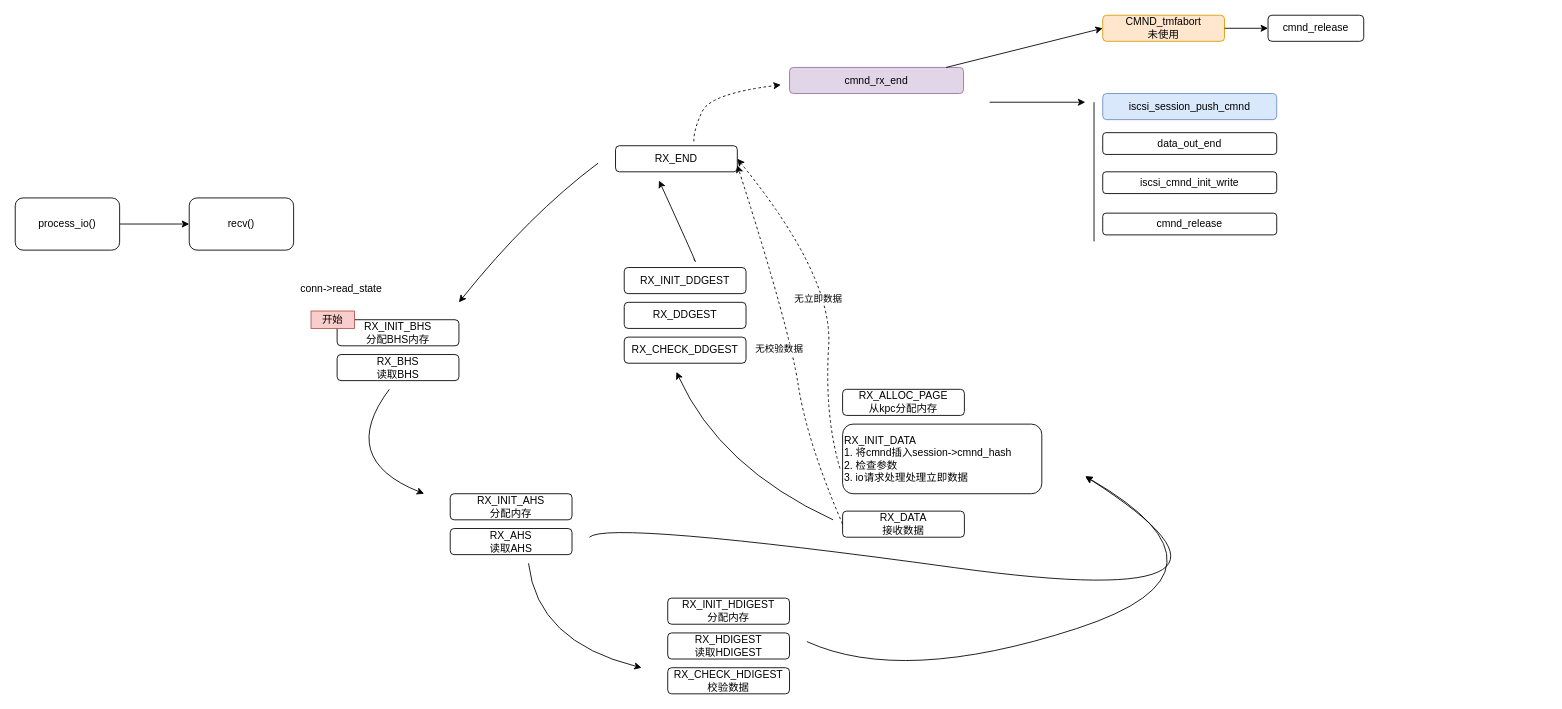
The draw.io diagram Untitled Diagram.drawio in zhuxibrian/drawio, before the edit. Source tidied: cells renumbered, new cells numbered last; positions are measured from the earlier drawing's top-left corner, leaving out a move shared by most shapes. Both pictures are drawn from the tidied source at 87%, with x=0, y=0 at pixel (15, 15).
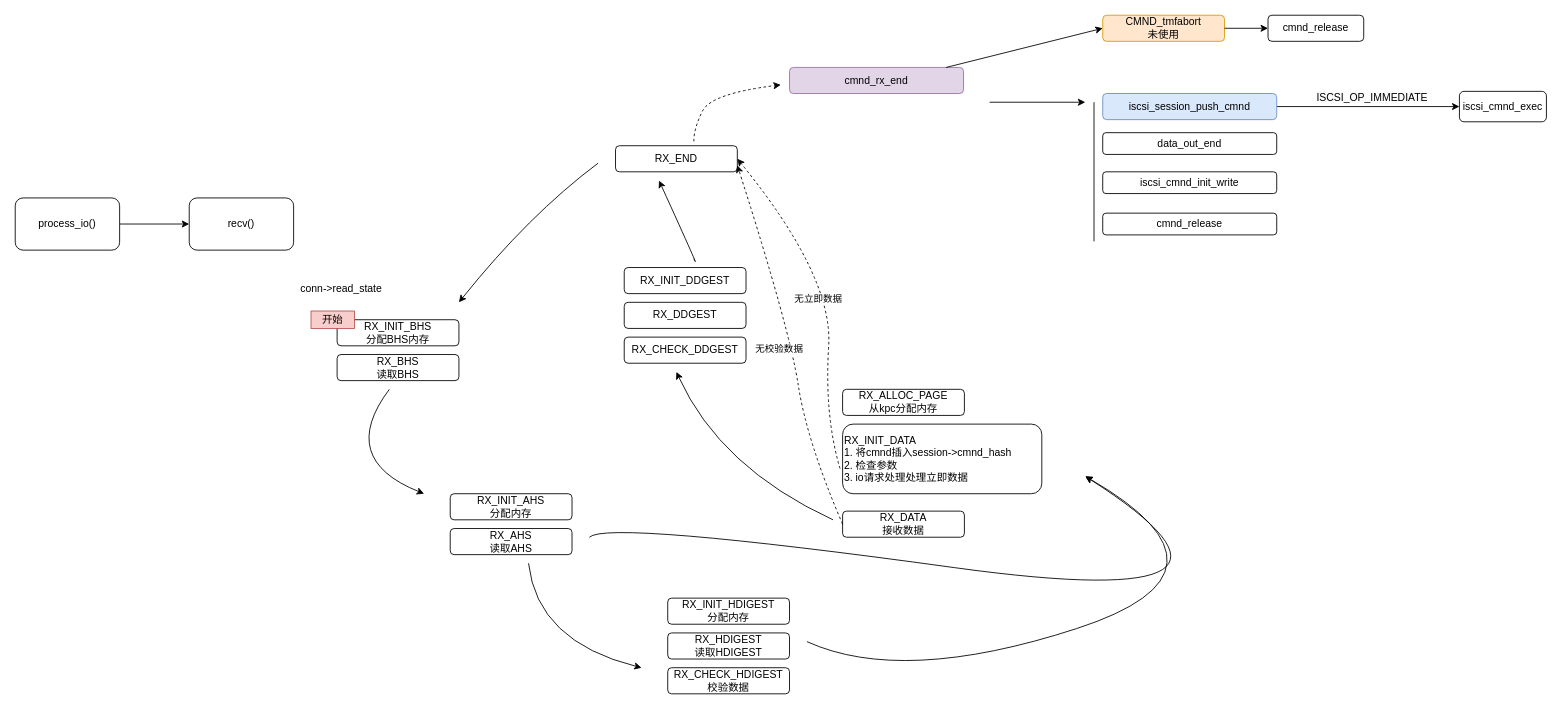
Above is the later version.

Unchanged cells that the change refers to:
```xml
<mxCell id="40" value="iscsi_session_push_cmnd" style="rounded=1;whiteSpace=wrap;html=1;fillColor=#dae8fc;strokeColor=#6c8ebf;" parent="1" vertex="1">
  <mxGeometry x="1250" y="90" width="200" height="30" as="geometry" />
</mxCell>
```

Diff of the diagram source:
```diff
@@
+    <mxCell id="46" style="edgeStyle=orthogonalEdgeStyle;rounded=0;jettySize=auto;html=1;" parent="1" edge="1" source="40" target="47">
+      <mxGeometry relative="1" as="geometry" />
+    </mxCell>
@@
+    <mxCell id="47" value="iscsi_cmnd_exec" style="whiteSpace=wrap;html=1;rounded=1;" parent="1" vertex="1">
+      <mxGeometry x="1660" y="87.5" width="100" height="35" as="geometry" />
+    </mxCell>
+    <mxCell id="48" value="&lt;span style=&quot;color: rgb(0, 0, 0); font-family: Helvetica; font-size: 12px; font-style: normal; font-variant-ligatures: normal; font-variant-caps: normal; font-weight: 400; letter-spacing: normal; orphans: 2; text-align: center; text-indent: 0px; text-transform: none; widows: 2; word-spacing: 0px; -webkit-text-stroke-width: 0px; background-color: rgb(251, 251, 251); text-decoration-thickness: initial; text-decoration-style: initial; text-decoration-color: initial; float: none; display: inline !important;&quot;&gt;ISCSI_OP_IMMEDIATE&lt;/span&gt;" style="text;html=1;strokeColor=none;fillColor=none;align=center;verticalAlign=middle;whiteSpace=wrap;rounded=0;" parent="1" vertex="1">
+      <mxGeometry x="1530" y="80" width="60" height="30" as="geometry" />
+    </mxCell>
```
